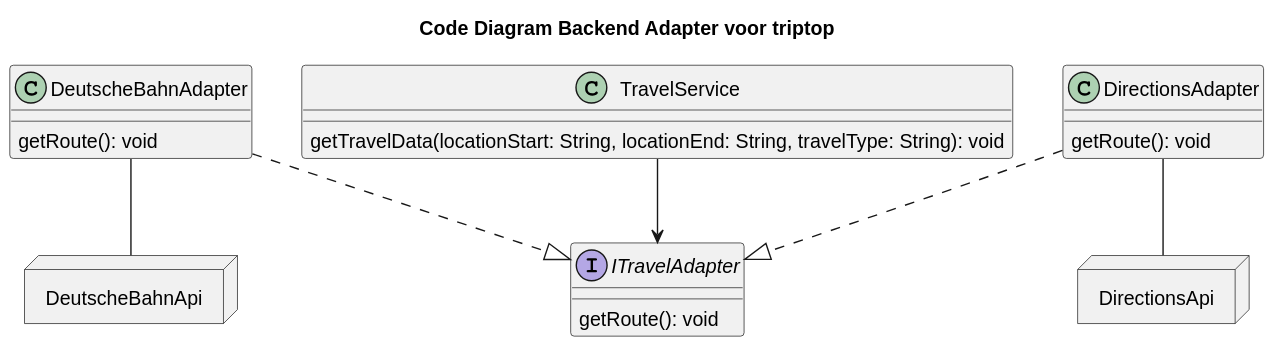
Before: software-guidebook/code_diagram_joost.svg, a diagram exported from PlantUML (AIM-ENE-feb25/triptop-groep-tweeeeeeeeeeeeeeeeeeeeee).
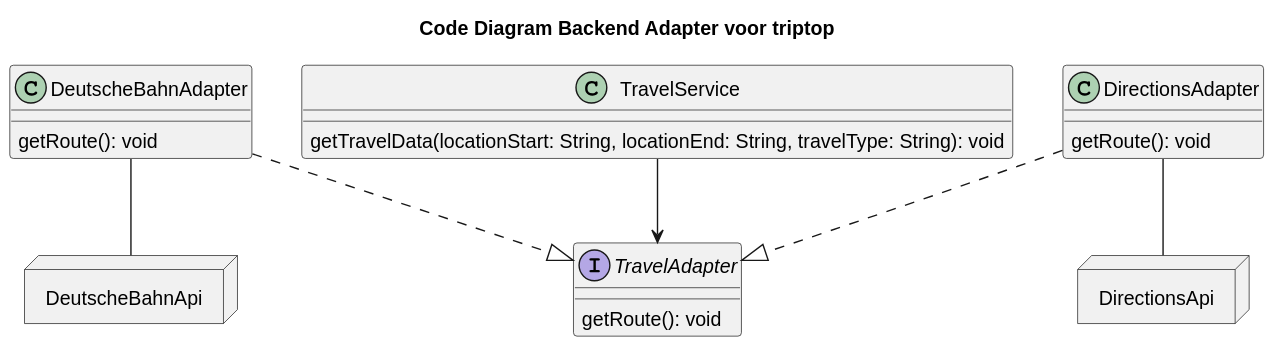
The same diagram one commit later.

Commit message:
code diagram done

What changed in the source:
```diff
@@ -6,7 +6,7 @@
     getTravelData(locationStart: String, locationEnd: String, travelType: String): void
 }
 
-interface ITravelAdapter{
+interface TravelAdapter{
    getRoute(): void
 }
 class DirectionsAdapter{
@@ -19,10 +19,10 @@
 
 
 
-TravelService --> ITravelAdapter
+TravelService --> TravelAdapter
 
-DirectionsAdapter..|> ITravelAdapter
-DeutscheBahnAdapter ..|> ITravelAdapter
+DirectionsAdapter..|> TravelAdapter
+DeutscheBahnAdapter ..|> TravelAdapter
 
 
 node DeutscheBahnAPI as "DeutscheBahnApi"{
```
